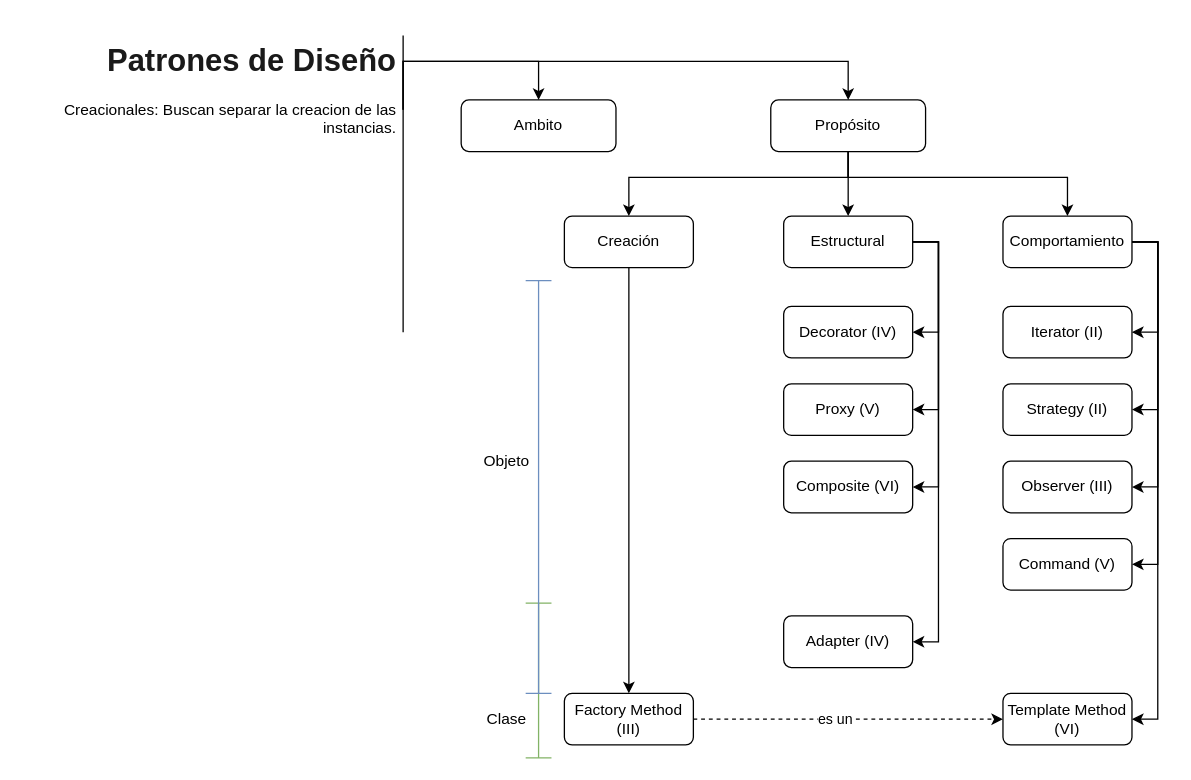
The draw.io diagram page "Clasificacion" (1 of 9) of Patrones de Disenio.drawio in veroyols/I3007_patrones_de_disenio, before the edit. Source tidied: cells renumbered, new cells numbered last; positions are measured from the earlier drawing's top-left corner, leaving out a move shared by most shapes. Both pictures are drawn from the tidied source at 129%, with x=0, y=0 at pixel (22, 35).
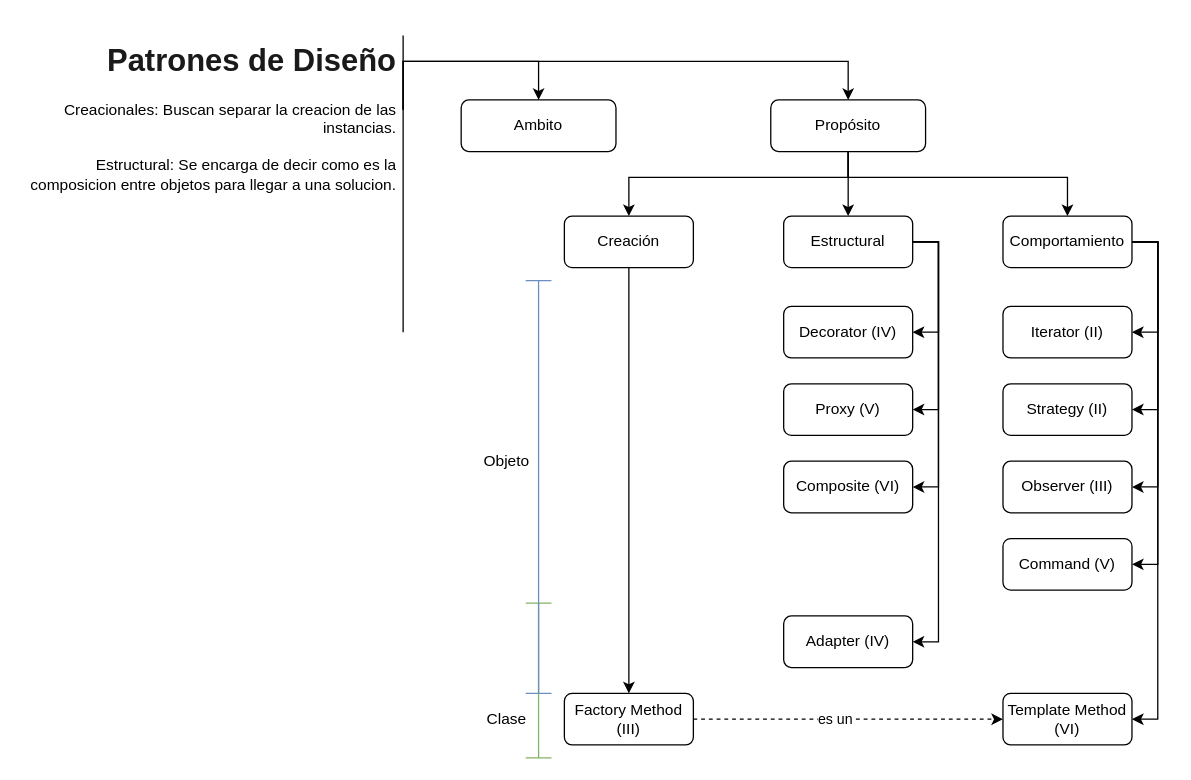
The same page after the edit.

Diff of the diagram source:
```diff
@@
-    <mxCell id="3" value="&lt;h1&gt;&lt;font color=&quot;#1a1a1a&quot;&gt;Patrones de Diseño&lt;/font&gt;&lt;/h1&gt;&lt;div&gt;Creacionales: Buscan separar la creacion de las instancias.&lt;/div&gt;&lt;p&gt;&lt;/p&gt;" style="text;html=1;strokeColor=none;fillColor=none;spacing=5;spacingTop=-20;whiteSpace=wrap;overflow=hidden;rounded=0;align=right;" parent="1" vertex="1">
+    <mxCell id="3" value="&lt;h1&gt;&lt;font color=&quot;#1a1a1a&quot;&gt;Patrones de Diseño&lt;/font&gt;&lt;/h1&gt;&lt;div&gt;Creacionales: Buscan separar la creacion de las instancias.&lt;/div&gt;&lt;div&gt;&lt;br&gt;&lt;/div&gt;&lt;div&gt;Estructural: Se encarga de decir como es la composicion entre objetos para llegar a una solucion.&lt;/div&gt;&lt;p&gt;&lt;/p&gt;" style="text;html=1;strokeColor=none;fillColor=none;spacing=5;spacingTop=-20;whiteSpace=wrap;overflow=hidden;rounded=0;align=right;" parent="1" vertex="1">
       <mxGeometry width="295" height="230" as="geometry" />
     </mxCell>
```
